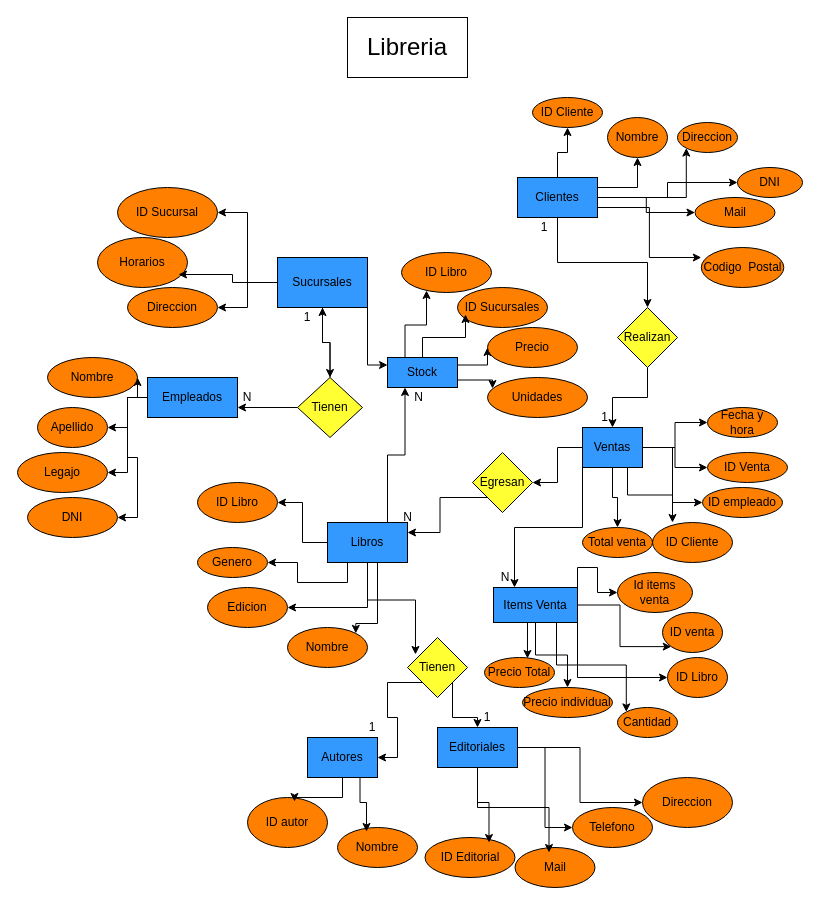
The draw.io diagram Cuadro Entidad Relacion Libreria.drawio in EzequielLST/SQL-Trabajo-final, before the edit. Source tidied: cells renumbered, new cells numbered last; positions are measured from the earlier drawing's top-left corner, leaving out a move shared by most shapes. Both pictures are drawn from the tidied source at 100%, with x=0, y=0 at pixel (17, 17).
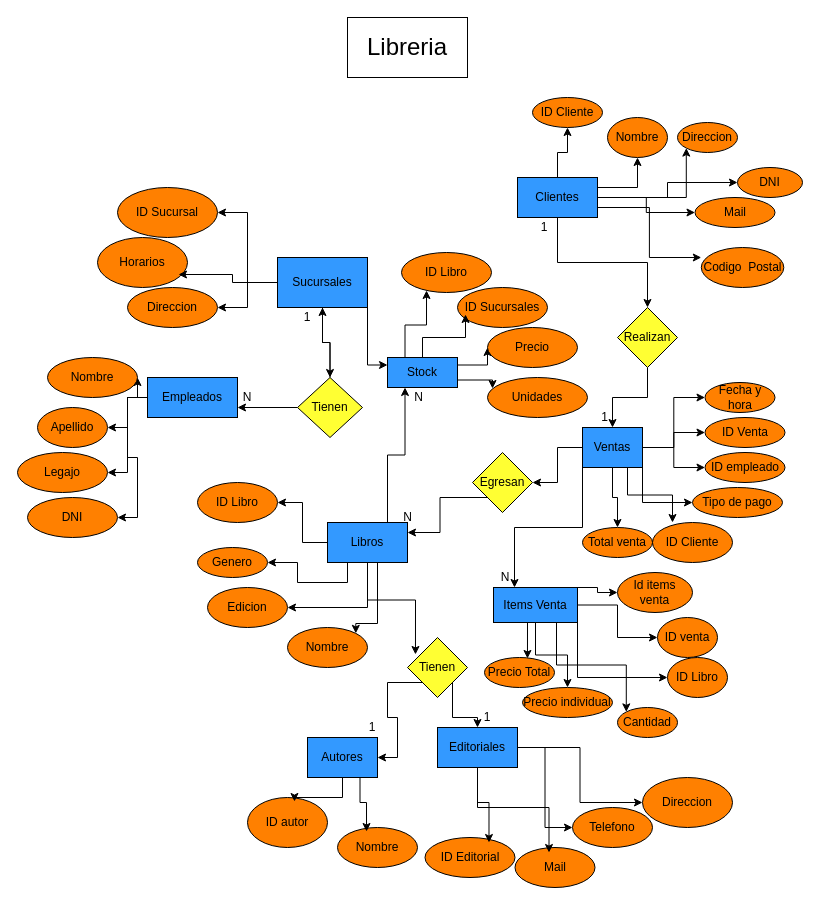
Above is the later version.

The change refers to these unchanged cells:
```xml
<mxCell id="42" value="Ventas" style="rounded=0;whiteSpace=wrap;html=1;fillColor=#3399FF;" parent="1" vertex="1">
  <mxGeometry x="565" y="410" width="60" height="40" as="geometry" />
</mxCell>
<mxCell id="105" value="Items Venta" style="rounded=0;whiteSpace=wrap;html=1;fillColor=#3399FF;" parent="1" vertex="1">
  <mxGeometry x="476" y="570" width="84" height="35" as="geometry" />
</mxCell>
<mxCell id="106" value="Id items venta" style="ellipse;whiteSpace=wrap;html=1;fillColor=#FF8000;" parent="1" vertex="1">
  <mxGeometry x="600" y="555" width="75" height="40" as="geometry" />
</mxCell>
```

The edit, as a diff of the source:
```diff
@@
+    <mxCell id="114" style="edgeStyle=orthogonalEdgeStyle;rounded=0;jettySize=auto;html=1;exitX=1;exitY=1;exitDx=0;exitDy=0;entryX=0;entryY=0.5;entryDx=0;entryDy=0;" parent="1" edge="1" source="42" target="115">
+      <mxGeometry relative="1" as="geometry" />
+    </mxCell>
@@
     <mxCell id="50" value="Fecha y hora" style="ellipse;whiteSpace=wrap;html=1;fillColor=#FF8000;" parent="1" vertex="1">
-      <mxGeometry x="690" y="390" width="70" height="30" as="geometry" />
+      <mxGeometry x="687.5" y="365" width="70" height="30" as="geometry" />
     </mxCell>
     <mxCell id="51" value="ID Venta" style="ellipse;whiteSpace=wrap;html=1;fillColor=#FF8000;" parent="1" vertex="1">
-      <mxGeometry x="690" y="435" width="80" height="30" as="geometry" />
+      <mxGeometry x="687.5" y="400" width="80" height="30" as="geometry" />
     </mxCell>
     <mxCell id="52" value="ID empleado" style="ellipse;whiteSpace=wrap;html=1;fillColor=#FF8000;" parent="1" vertex="1">
-      <mxGeometry x="685" y="470" width="80" height="30" as="geometry" />
+      <mxGeometry x="687.5" y="435" width="80" height="30" as="geometry" />
     </mxCell>
@@
+    <mxCell id="104" style="edgeStyle=orthogonalEdgeStyle;rounded=0;jettySize=auto;html=1;exitX=1;exitY=0;exitDx=0;exitDy=0;entryX=0;entryY=0.5;entryDx=0;entryDy=0;" parent="1" edge="1" source="105" target="106">
+      <mxGeometry relative="1" as="geometry">
+        <Array as="points">
+          <mxPoint x="580" y="570" />
+          <mxPoint x="580" y="575" />
+        </Array>
+      </mxGeometry>
+    </mxCell>
-    <mxCell id="103" style="edgeStyle=orthogonalEdgeStyle;rounded=0;jettySize=auto;html=1;exitX=1;exitY=0.5;exitDx=0;exitDy=0;entryX=0;entryY=1;entryDx=0;entryDy=0;" parent="1" edge="1" source="105" target="107">
+    <mxCell id="103" style="edgeStyle=orthogonalEdgeStyle;rounded=0;jettySize=auto;html=1;exitX=1;exitY=0.5;exitDx=0;exitDy=0;entryX=0;entryY=0.5;entryDx=0;entryDy=0;" parent="1" edge="1" source="105" target="107">
       <mxGeometry relative="1" as="geometry" />
     </mxCell>
-    <mxCell id="104" style="edgeStyle=orthogonalEdgeStyle;rounded=0;jettySize=auto;html=1;exitX=1;exitY=0;exitDx=0;exitDy=0;entryX=0;entryY=0.5;entryDx=0;entryDy=0;" parent="1" edge="1" source="105" target="106">
-      <mxGeometry relative="1" as="geometry" />
-    </mxCell>
@@
     <mxCell id="107" value="ID venta" style="ellipse;whiteSpace=wrap;html=1;fillColor=#FF8000;" parent="1" vertex="1">
-      <mxGeometry x="645" y="595" width="60" height="40" as="geometry" />
+      <mxGeometry x="640" y="600" width="60" height="40" as="geometry" />
     </mxCell>
@@
+    <mxCell id="115" value="Tipo de pago" style="ellipse;whiteSpace=wrap;html=1;fillColor=#FF8000;" parent="1" vertex="1">
+      <mxGeometry x="675" y="470" width="90" height="30" as="geometry" />
+    </mxCell>
```
